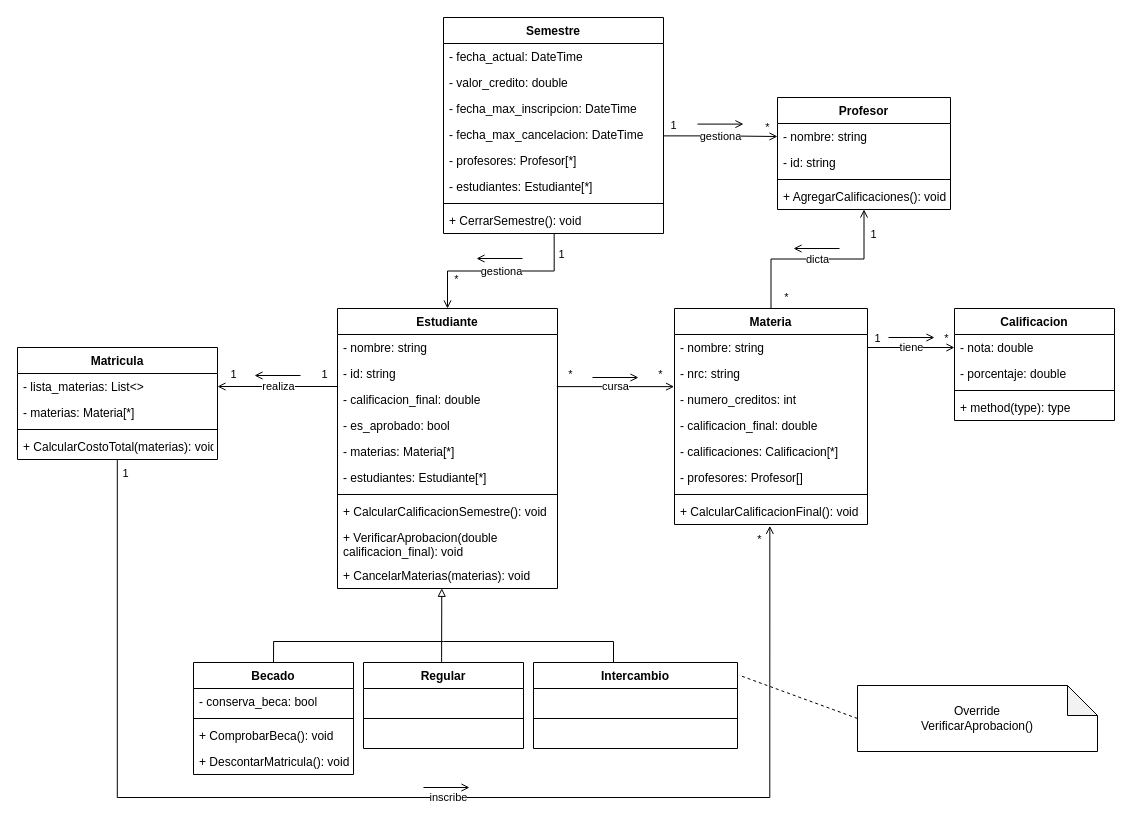
samuelperezh/sistema-universitario-poo keeps this draw.io diagram as Diagrama UML.drawio. Above is the earlier version. Source tidied: cells renumbered, new cells numbered last; positions are measured from the earlier drawing's top-left corner, leaving out a move shared by most shapes. Both pictures are drawn from the tidied source at 100%, with x=0, y=0 at pixel (17, 17).
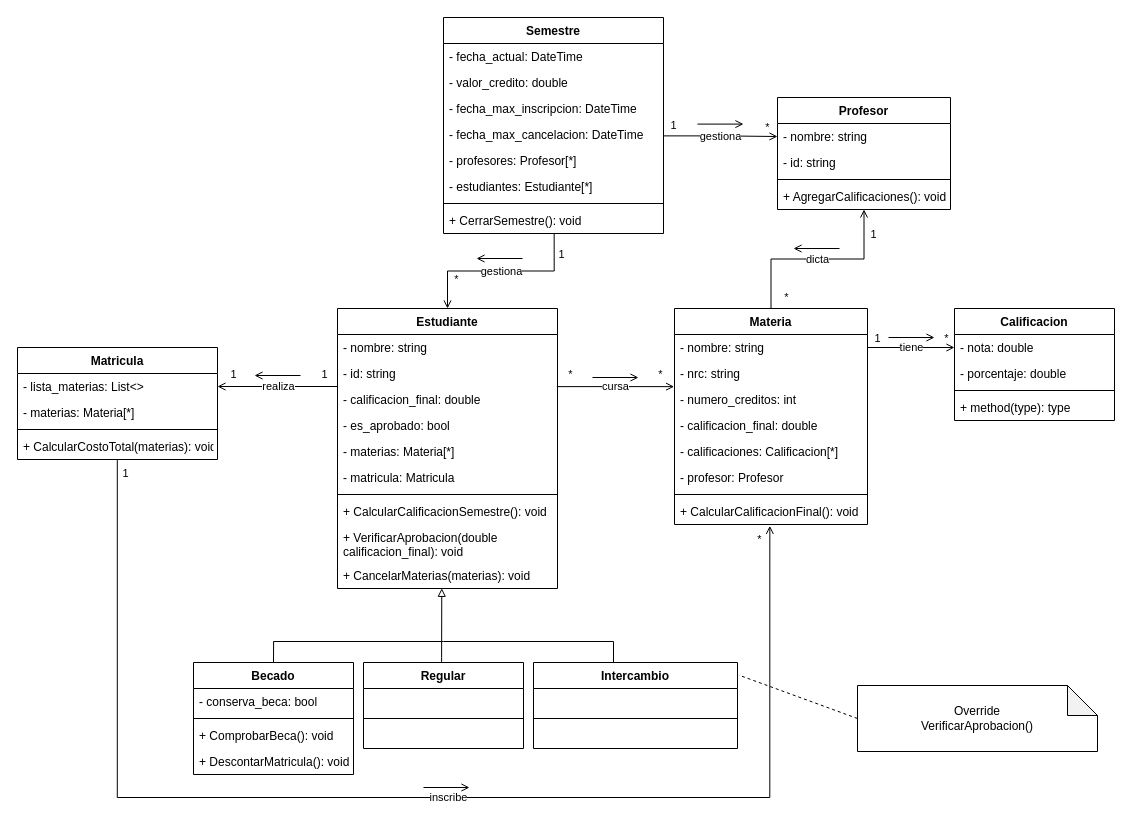
Above is the later version.

Commit message:
Diagrama UML v1.1

Unchanged cells that the change refers to:
```xml
<mxCell id="5" value="Estudiante" style="swimlane;fontStyle=1;align=center;verticalAlign=top;horizontal=1;startSize=26;fillColor=none;" parent="1" vertex="1">
  <mxGeometry x="320" y="291" width="220" height="280" as="geometry" />
</mxCell>
<mxCell id="32" value="Materia" style="swimlane;fontStyle=1;align=center;verticalAlign=top;horizontal=1;startSize=26;fillColor=none;" parent="1" vertex="1">
  <mxGeometry x="657" y="291" width="193" height="216" as="geometry" />
</mxCell>
```

Change to the diagram source:
```diff
@@
-    <mxCell id="11" value="- estudiantes: Estudiante[*]" style="text;strokeColor=none;fillColor=none;align=left;verticalAlign=top;spacingLeft=4;spacingRight=4;overflow=hidden;" parent="5" vertex="1">
+    <mxCell id="11" value="- matricula: Matricula" style="text;strokeColor=none;fillColor=none;align=left;verticalAlign=top;spacingLeft=4;spacingRight=4;overflow=hidden;" parent="5" vertex="1">
       <mxGeometry y="156" width="220" height="26" as="geometry" />
     </mxCell>
@@
-    <mxCell id="38" value="- profesores: Profesor[]" style="text;strokeColor=none;fillColor=none;align=left;verticalAlign=top;spacingLeft=4;spacingRight=4;overflow=hidden;" parent="32" vertex="1">
+    <mxCell id="38" value="- profesor: Profesor" style="text;strokeColor=none;fillColor=none;align=left;verticalAlign=top;spacingLeft=4;spacingRight=4;overflow=hidden;" parent="32" vertex="1">
       <mxGeometry y="156" width="193" height="26" as="geometry" />
     </mxCell>
```
